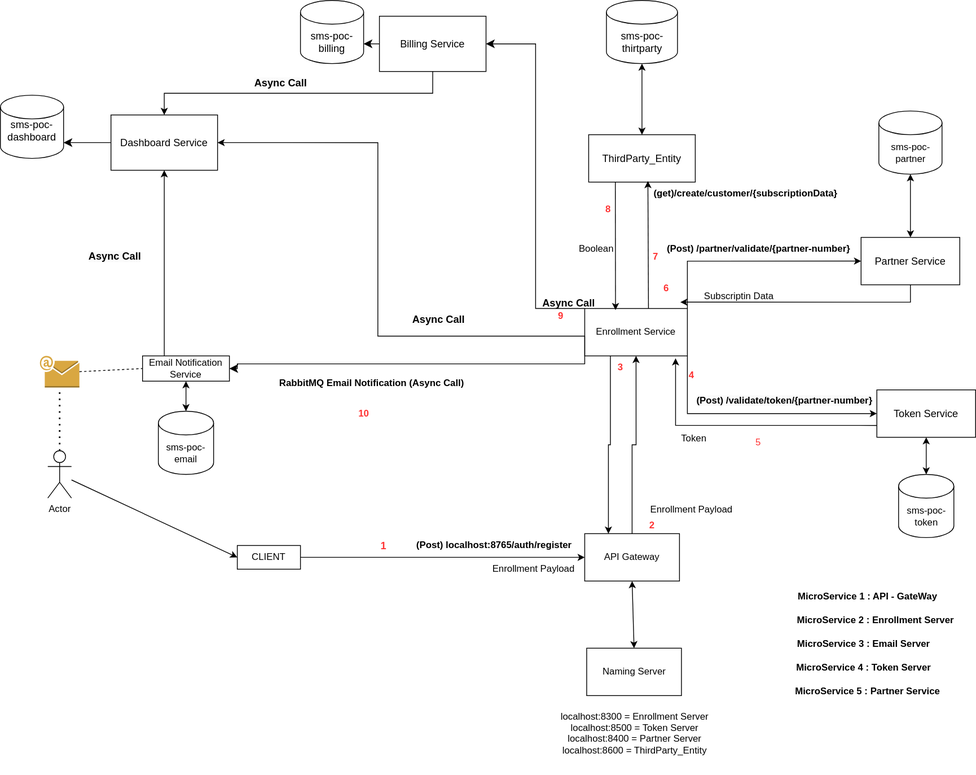
Earlier version of the draw.io export api-gateway/src/main/Untitled Diagram.drawio.svg (miit-netweb/SMS-POC-API-Gateway). Source tidied: cells renumbered, new cells last; positions are measured from the earlier drawing's top-left corner, leaving out a move shared by most shapes.
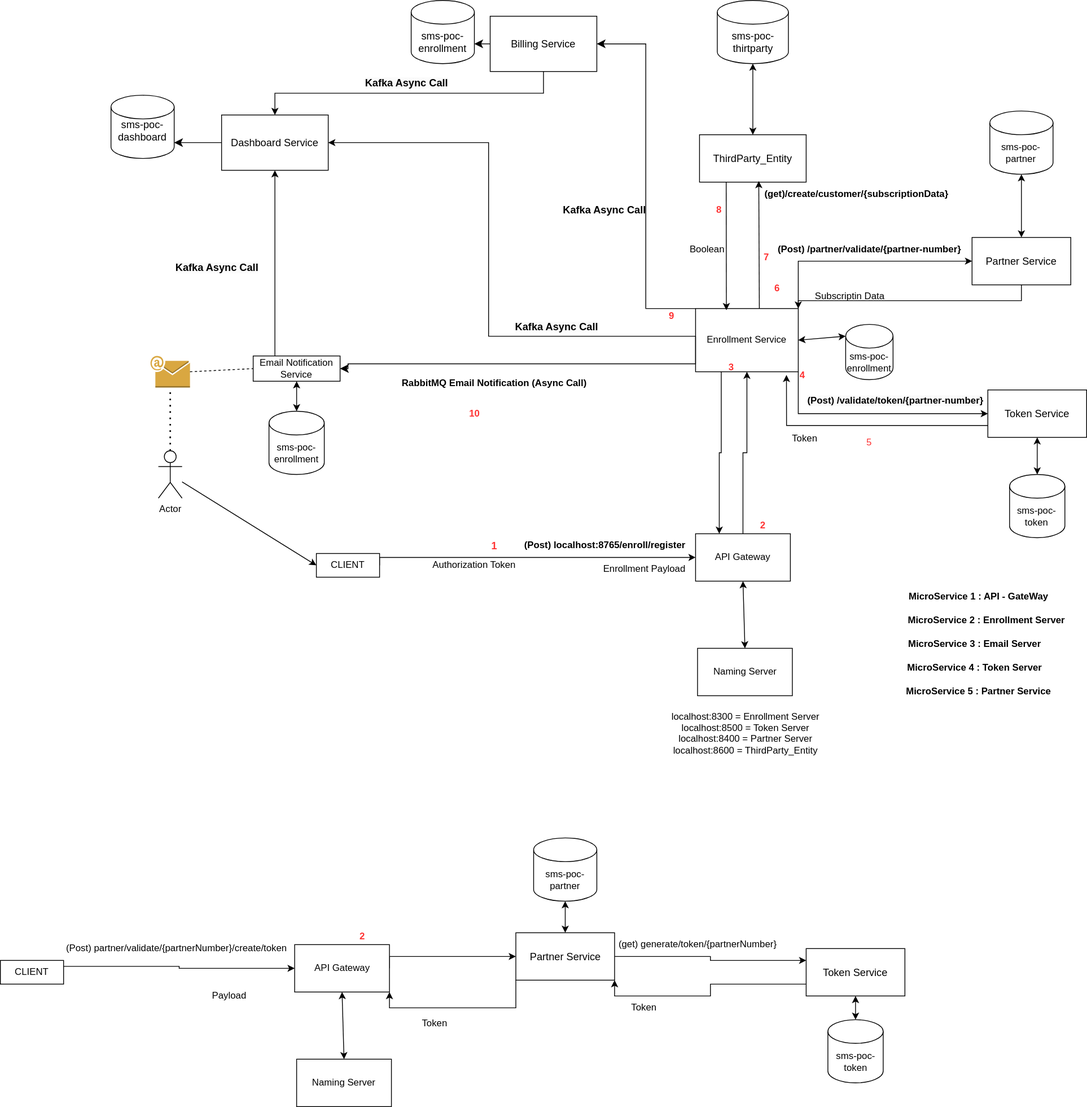
The same file after the commit.

Change to the diagram source:
```diff
@@ -18,7 +18,7 @@
       <mxGeometry relative="1" as="geometry" />
     </mxCell>
     <mxCell id="7" value="Enrollment Service" style="rounded=0;whiteSpace=wrap;html=1;" parent="1" vertex="1">
-      <mxGeometry x="740" y="390" width="130" height="60" as="geometry" />
+      <mxGeometry x="740" y="390" width="130" height="80" as="geometry" />
     </mxCell>
     <mxCell id="8" value="Naming Server" style="rounded=0;whiteSpace=wrap;html=1;" parent="1" vertex="1">
       <mxGeometry x="742.5" y="820" width="120" height="60" as="geometry" />
@@ -43,7 +43,7 @@
       </mxGeometry>
     </mxCell>
     <mxCell id="13" value="CLIENT" style="rounded=0;whiteSpace=wrap;html=1;" parent="1" vertex="1">
-      <mxGeometry x="300" y="690" width="80" height="30" as="geometry" />
+      <mxGeometry x="260" y="700" width="80" height="30" as="geometry" />
     </mxCell>
     <mxCell id="14" style="endArrow=classic;startArrow=classic;html=1;rounded=0;entryX=0.5;entryY=1;entryDx=0;entryDy=0;exitX=0.5;exitY=0;exitDx=0;exitDy=0;" parent="1" edge="1" source="8" target="3">
       <mxGeometry relative="1" as="geometry" />
@@ -57,15 +57,12 @@
     <mxCell id="17" value="localhost:8300 = Enrollment Server&lt;div&gt;localhost:8500 = Token Server&lt;/div&gt;&lt;div&gt;localhost:8400 = Partner Server&lt;/div&gt;&lt;div&gt;localhost:8600 = ThirdParty_Entity&lt;/div&gt;&lt;div&gt;&amp;nbsp;&lt;/div&gt;" style="text;html=1;align=center;verticalAlign=middle;strokeColor=none;fillColor=none;" parent="1" vertex="1">
       <mxGeometry x="697.5" y="890" width="210" height="90" as="geometry" />
     </mxCell>
-    <mxCell id="18" value="&lt;b&gt;(Post) localhost:8765/auth/register&lt;/b&gt;" style="text;html=1;align=center;verticalAlign=middle;strokeColor=none;fillColor=none;" parent="1" vertex="1">
-      <mxGeometry x="515" y="675" width="220" height="30" as="geometry" />
+    <mxCell id="18" value="&lt;b&gt;(Post) localhost:8765/enroll/register&lt;/b&gt;" style="text;html=1;align=center;verticalAlign=middle;strokeColor=none;fillColor=none;" parent="1" vertex="1">
+      <mxGeometry x="510" y="675" width="230" height="30" as="geometry" />
     </mxCell>
     <mxCell id="19" value="&lt;b&gt;&lt;font color=&quot;#ff3333&quot;&gt;2&lt;/font&gt;&lt;/b&gt;" style="text;html=1;align=center;verticalAlign=middle;strokeColor=none;fillColor=none;" parent="1" vertex="1">
       <mxGeometry x="810" y="650" width="30" height="30" as="geometry" />
     </mxCell>
-    <mxCell id="20" value="Enrollment Payload" style="text;html=1;align=center;verticalAlign=middle;strokeColor=none;fillColor=none;" parent="1" vertex="1">
-      <mxGeometry x="810" y="630" width="130" height="30" as="geometry" />
-    </mxCell>
     <mxCell id="21" value="&lt;b&gt;&lt;font color=&quot;#ff3333&quot;&gt;3&lt;/font&gt;&lt;/b&gt;" style="text;html=1;align=center;verticalAlign=middle;strokeColor=none;fillColor=none;" parent="1" vertex="1">
       <mxGeometry x="770" y="450" width="30" height="30" as="geometry" />
     </mxCell>
@@ -76,7 +73,7 @@
       <mxGeometry relative="1" as="geometry" />
     </mxCell>
     <mxCell id="24" value="&lt;b&gt;&lt;font style=&quot;font-size: 12px;&quot;&gt;RabbitMQ Email Notification (Async Call)&lt;/font&gt;&lt;/b&gt;" style="text;html=1;align=center;verticalAlign=middle;strokeColor=none;fillColor=none;" parent="1" vertex="1">
-      <mxGeometry x="340" y="470" width="260" height="30" as="geometry" />
+      <mxGeometry x="355" y="470" width="260" height="30" as="geometry" />
     </mxCell>
     <mxCell id="25" style="outlineConnect=0;dashed=0;verticalLabelPosition=bottom;verticalAlign=top;align=center;html=1;shape=mxgraph.aws3.email;fillColor=#D9A741;gradientColor=none;" parent="1" vertex="1">
       <mxGeometry x="50" y="450" width="50" height="40" as="geometry" />
@@ -120,8 +117,13 @@
     <mxCell id="38" value="&lt;font color=&quot;#ff3333&quot;&gt;&lt;b&gt;6&lt;/b&gt;&lt;/font&gt;" style="text;html=1;align=center;verticalAlign=middle;points=[];strokeColor=none;fillColor=none;" parent="1" vertex="1">
       <mxGeometry x="827.5" y="350" width="30" height="30" as="geometry" />
     </mxCell>
-    <mxCell id="39" style="edgeStyle=orthogonalEdgeStyle;rounded=0;jettySize=auto;html=1;exitX=0.5;exitY=1;exitDx=0;exitDy=0;entryX=1.118;entryY=1.065;entryDx=0;entryDy=0;entryPerimeter=0;" parent="1" edge="1" source="36" target="38">
-      <mxGeometry relative="1" as="geometry" />
+    <mxCell id="39" style="edgeStyle=orthogonalEdgeStyle;rounded=0;jettySize=auto;html=1;exitX=0.5;exitY=1;exitDx=0;exitDy=0;entryX=1;entryY=0;entryDx=0;entryDy=0;" parent="1" edge="1" source="36" target="7">
+      <mxGeometry relative="1" as="geometry">
+        <Array as="points">
+          <mxPoint x="1152" y="380" />
+          <mxPoint x="870" y="380" />
+        </Array>
+      </mxGeometry>
     </mxCell>
     <mxCell id="40" value="Subscriptin Data" style="text;html=1;align=center;verticalAlign=middle;strokeColor=none;fillColor=none;" parent="1" vertex="1">
       <mxGeometry x="880" y="360" width="110" height="30" as="geometry" />
@@ -144,7 +146,7 @@
     <mxCell id="46" value="&lt;b&gt;MicroService 5 : Partner Service&lt;/b&gt;" style="text;html=1;align=center;verticalAlign=middle;strokeColor=none;fillColor=none;" parent="1" vertex="1">
       <mxGeometry x="992.5" y="860" width="210" height="30" as="geometry" />
     </mxCell>
-    <mxCell id="47" value="sms-poc-email" style="shape=cylinder3;whiteSpace=wrap;html=1;boundedLbl=1;backgroundOutline=1;size=15;" parent="1" vertex="1">
+    <mxCell id="47" value="sms-poc-enrollment" style="shape=cylinder3;whiteSpace=wrap;html=1;boundedLbl=1;backgroundOutline=1;size=15;" parent="1" vertex="1">
       <mxGeometry x="200" y="520" width="70" height="80" as="geometry" />
     </mxCell>
     <mxCell id="48" value="&lt;font style=&quot;font-size: 13px;&quot;&gt;ThirdParty_Entity&lt;/font&gt;" style="rounded=0;whiteSpace=wrap;html=1;" parent="1" vertex="1">
@@ -205,11 +207,11 @@
     <mxCell id="63" style="edgeStyle=segmentEdgeStyle;endArrow=classic;html=1;curved=0;rounded=0;endSize=8;startSize=8;exitX=0;exitY=0.5;exitDx=0;exitDy=0;" parent="1" edge="1" source="62" target="64">
       <mxGeometry relative="1" as="geometry" />
     </mxCell>
-    <mxCell id="64" value="&lt;font style=&quot;font-size: 13px;&quot;&gt;sms-poc-billing&lt;/font&gt;" style="shape=cylinder3;whiteSpace=wrap;html=1;boundedLbl=1;backgroundOutline=1;size=15;" parent="1" vertex="1">
+    <mxCell id="64" value="&lt;font style=&quot;font-size: 13px;&quot;&gt;sms-poc-enrollment&lt;/font&gt;" style="shape=cylinder3;whiteSpace=wrap;html=1;boundedLbl=1;backgroundOutline=1;size=15;" parent="1" vertex="1">
       <mxGeometry x="380" width="80" height="80" as="geometry" />
     </mxCell>
-    <mxCell id="65" value="&lt;b&gt;&lt;font style=&quot;font-size: 13px;&quot;&gt;Async Call&lt;/font&gt;&lt;/b&gt;" style="text;html=1;align=center;verticalAlign=middle;whiteSpace=wrap;rounded=0;rotation=0;" parent="1" vertex="1">
-      <mxGeometry x="670" y="365" width="100" height="35" as="geometry" />
+    <mxCell id="65" value="&lt;b&gt;&lt;font style=&quot;font-size: 13px;&quot;&gt;Kafka Async Call&lt;/font&gt;&lt;/b&gt;" style="text;html=1;align=center;verticalAlign=middle;whiteSpace=wrap;rounded=0;rotation=0;" parent="1" vertex="1">
+      <mxGeometry x="570" y="247.5" width="110" height="35" as="geometry" />
     </mxCell>
     <mxCell id="66" style="edgeStyle=segmentEdgeStyle;endArrow=classic;html=1;curved=0;rounded=0;endSize=8;startSize=8;exitX=1;exitY=1;exitDx=0;exitDy=0;entryX=1;entryY=0.5;entryDx=0;entryDy=0;" parent="1" edge="1" source="60" target="11">
       <mxGeometry relative="1" as="geometry">
@@ -232,17 +234,94 @@
     <mxCell id="70" value="&lt;font style=&quot;font-size: 13px;&quot;&gt;sms-poc-dashboard&lt;/font&gt;&lt;div&gt;&lt;font style=&quot;font-size: 13px;&quot;&gt;&lt;br&gt;&lt;/font&gt;&lt;/div&gt;" style="shape=cylinder3;whiteSpace=wrap;html=1;boundedLbl=1;backgroundOutline=1;size=15;" parent="1" vertex="1">
       <mxGeometry y="120" width="80" height="80" as="geometry" />
     </mxCell>
-    <mxCell id="71" value="&lt;b style=&quot;forced-color-adjust: none; color: rgb(0, 0, 0); font-family: Helvetica; font-size: 12px; font-style: normal; font-variant-ligatures: normal; font-variant-caps: normal; letter-spacing: normal; orphans: 2; text-align: center; text-indent: 0px; text-transform: none; widows: 2; word-spacing: 0px; -webkit-text-stroke-width: 0px; white-space: normal; background-color: rgb(251, 251, 251); text-decoration-thickness: initial; text-decoration-style: initial; text-decoration-color: initial;&quot;&gt;&lt;font style=&quot;forced-color-adjust: none; font-size: 13px;&quot;&gt;Async Call&lt;/font&gt;&lt;/b&gt;" style="text;whiteSpace=wrap;html=1;" parent="1" vertex="1">
-      <mxGeometry x="320" y="90" width="100" height="40" as="geometry" />
+    <mxCell id="71" value="&lt;b style=&quot;forced-color-adjust: none; color: rgb(0, 0, 0); font-family: Helvetica; font-size: 12px; font-style: normal; font-variant-ligatures: normal; font-variant-caps: normal; letter-spacing: normal; orphans: 2; text-align: center; text-indent: 0px; text-transform: none; widows: 2; word-spacing: 0px; -webkit-text-stroke-width: 0px; white-space: normal; background-color: rgb(251, 251, 251); text-decoration-thickness: initial; text-decoration-style: initial; text-decoration-color: initial;&quot;&gt;&lt;font style=&quot;forced-color-adjust: none; font-size: 13px;&quot;&gt;Kafka Async Call&lt;/font&gt;&lt;/b&gt;" style="text;whiteSpace=wrap;html=1;" parent="1" vertex="1">
+      <mxGeometry x="320" y="90" width="130" height="40" as="geometry" />
     </mxCell>
-    <mxCell id="72" value="&lt;b style=&quot;forced-color-adjust: none; color: rgb(0, 0, 0); font-family: Helvetica; font-size: 12px; font-style: normal; font-variant-ligatures: normal; font-variant-caps: normal; letter-spacing: normal; orphans: 2; text-align: center; text-indent: 0px; text-transform: none; widows: 2; word-spacing: 0px; -webkit-text-stroke-width: 0px; white-space: normal; background-color: rgb(251, 251, 251); text-decoration-thickness: initial; text-decoration-style: initial; text-decoration-color: initial;&quot;&gt;&lt;font style=&quot;forced-color-adjust: none; font-size: 13px;&quot;&gt;Async Call&lt;/font&gt;&lt;/b&gt;" style="text;whiteSpace=wrap;html=1;" parent="1" vertex="1">
-      <mxGeometry x="520" y="390" width="100" height="40" as="geometry" />
+    <mxCell id="72" value="&#10;&lt;b style=&quot;forced-color-adjust: none; color: rgb(0, 0, 0); font-family: Helvetica; font-size: 12px; font-style: normal; font-variant-ligatures: normal; font-variant-caps: normal; letter-spacing: normal; orphans: 2; text-indent: 0px; text-transform: none; widows: 2; word-spacing: 0px; -webkit-text-stroke-width: 0px; white-space: normal; text-decoration-thickness: initial; text-decoration-style: initial; text-decoration-color: initial; text-align: center; background-color: rgb(251, 251, 251);&quot;&gt;&lt;font style=&quot;forced-color-adjust: none; font-size: 13px;&quot;&gt;Kafka Async Call&lt;/font&gt;&lt;/b&gt;&#10;&#10;" style="text;whiteSpace=wrap;html=1;" parent="1" vertex="1">
+      <mxGeometry x="510" y="385" width="120" height="40" as="geometry" />
     </mxCell>
-    <mxCell id="73" value="&lt;b style=&quot;forced-color-adjust: none; color: rgb(0, 0, 0); font-family: Helvetica; font-size: 12px; font-style: normal; font-variant-ligatures: normal; font-variant-caps: normal; letter-spacing: normal; orphans: 2; text-align: center; text-indent: 0px; text-transform: none; widows: 2; word-spacing: 0px; -webkit-text-stroke-width: 0px; white-space: normal; background-color: rgb(251, 251, 251); text-decoration-thickness: initial; text-decoration-style: initial; text-decoration-color: initial;&quot;&gt;&lt;font style=&quot;forced-color-adjust: none; font-size: 13px;&quot;&gt;Async Call&lt;/font&gt;&lt;/b&gt;" style="text;whiteSpace=wrap;html=1;" parent="1" vertex="1">
-      <mxGeometry x="110" y="310" width="100" height="40" as="geometry" />
+    <mxCell id="73" value="&#10;&lt;b style=&quot;forced-color-adjust: none; color: rgb(0, 0, 0); font-family: Helvetica; font-size: 12px; font-style: normal; font-variant-ligatures: normal; font-variant-caps: normal; letter-spacing: normal; orphans: 2; text-indent: 0px; text-transform: none; widows: 2; word-spacing: 0px; -webkit-text-stroke-width: 0px; white-space: normal; text-decoration-thickness: initial; text-decoration-style: initial; text-decoration-color: initial; text-align: center; background-color: rgb(251, 251, 251);&quot;&gt;&lt;font style=&quot;forced-color-adjust: none; font-size: 13px;&quot;&gt;Kafka Async Call&lt;/font&gt;&lt;/b&gt;&#10;&#10;" style="text;whiteSpace=wrap;html=1;" parent="1" vertex="1">
+      <mxGeometry x="80" y="310" width="130" height="40" as="geometry" />
     </mxCell>
     <mxCell id="74" style="endArrow=classic;startArrow=classic;html=1;rounded=0;entryX=0.5;entryY=1;entryDx=0;entryDy=0;exitX=0.5;exitY=0;exitDx=0;exitDy=0;exitPerimeter=0;" parent="1" edge="1" source="47" target="11">
       <mxGeometry relative="1" as="geometry" />
     </mxCell>
+    <mxCell id="75" value="sms-poc-enrollment" style="shape=cylinder3;whiteSpace=wrap;html=1;boundedLbl=1;backgroundOutline=1;size=15;" parent="1" vertex="1">
+      <mxGeometry x="930" y="410" width="60" height="70" as="geometry" />
+    </mxCell>
+    <mxCell id="76" style="endArrow=classic;startArrow=classic;html=1;rounded=0;entryX=1;entryY=0.5;entryDx=0;entryDy=0;exitX=0;exitY=0;exitDx=0;exitDy=15;exitPerimeter=0;" parent="1" edge="1" source="75" target="7">
+      <mxGeometry relative="1" as="geometry" />
+    </mxCell>
+    <mxCell id="77" value="Authorization Token" style="text;html=1;align=center;verticalAlign=middle;whiteSpace=wrap;rounded=0;" parent="1" vertex="1">
+      <mxGeometry x="400" y="700" width="120" height="30" as="geometry" />
+    </mxCell>
+    <mxCell id="78" style="edgeStyle=orthogonalEdgeStyle;rounded=0;jettySize=auto;html=1;exitX=1;exitY=0.5;exitDx=0;exitDy=0;entryX=0;entryY=0.5;entryDx=0;entryDy=0;" parent="1" edge="1" source="79" target="89">
+      <mxGeometry relative="1" as="geometry">
+        <Array as="points">
+          <mxPoint x="353" y="1210" />
+          <mxPoint x="490" y="1210" />
+        </Array>
+      </mxGeometry>
+    </mxCell>
+    <mxCell id="79" value="API Gateway" style="rounded=0;whiteSpace=wrap;html=1;" parent="1" vertex="1">
+      <mxGeometry x="232.5" y="1195" width="120" height="60" as="geometry" />
+    </mxCell>
+    <mxCell id="80" value="Naming Server" style="rounded=0;whiteSpace=wrap;html=1;" parent="1" vertex="1">
+      <mxGeometry x="235" y="1340" width="120" height="60" as="geometry" />
+    </mxCell>
+    <mxCell id="81" style="endArrow=classic;startArrow=classic;html=1;rounded=0;entryX=0.5;entryY=1;entryDx=0;entryDy=0;exitX=0.5;exitY=0;exitDx=0;exitDy=0;" parent="1" edge="1" source="80" target="79">
+      <mxGeometry relative="1" as="geometry" />
+    </mxCell>
+    <mxCell id="82" value="&lt;b&gt;&lt;font color=&quot;#ff3333&quot;&gt;2&lt;/font&gt;&lt;/b&gt;" style="text;html=1;align=center;verticalAlign=middle;strokeColor=none;fillColor=none;" parent="1" vertex="1">
+      <mxGeometry x="302.5" y="1170" width="30" height="30" as="geometry" />
+    </mxCell>
+    <mxCell id="83" value="sms-poc-partner" style="shape=cylinder3;whiteSpace=wrap;html=1;boundedLbl=1;backgroundOutline=1;size=15;" parent="1" vertex="1">
+      <mxGeometry x="535" y="1060" width="80" height="80" as="geometry" />
+    </mxCell>
+    <mxCell id="84" style="endArrow=classic;startArrow=classic;html=1;rounded=0;entryX=0.5;entryY=1;entryDx=0;entryDy=0;entryPerimeter=0;exitX=0.5;exitY=0;exitDx=0;exitDy=0;" parent="1" edge="1" source="89" target="83">
+      <mxGeometry relative="1" as="geometry" />
+    </mxCell>
+    <mxCell id="85" style="edgeStyle=orthogonalEdgeStyle;rounded=0;jettySize=auto;html=1;exitX=0;exitY=0.75;exitDx=0;exitDy=0;entryX=1;entryY=1;entryDx=0;entryDy=0;" parent="1" edge="1" source="86" target="89">
+      <mxGeometry relative="1" as="geometry" />
+    </mxCell>
+    <mxCell id="86" value="&lt;font style=&quot;font-size: 13px;&quot;&gt;Token Service&lt;/font&gt;" style="rounded=0;whiteSpace=wrap;html=1;" parent="1" vertex="1">
+      <mxGeometry x="880" y="1200" width="125" height="60" as="geometry" />
+    </mxCell>
+    <mxCell id="87" style="edgeStyle=orthogonalEdgeStyle;rounded=0;jettySize=auto;html=1;exitX=1;exitY=0.5;exitDx=0;exitDy=0;entryX=0;entryY=0.25;entryDx=0;entryDy=0;" parent="1" edge="1" source="89" target="86">
+      <mxGeometry relative="1" as="geometry" />
+    </mxCell>
+    <mxCell id="88" style="edgeStyle=orthogonalEdgeStyle;rounded=0;jettySize=auto;html=1;exitX=0;exitY=1;exitDx=0;exitDy=0;entryX=1;entryY=1;entryDx=0;entryDy=0;" parent="1" edge="1" source="89" target="79">
+      <mxGeometry relative="1" as="geometry" />
+    </mxCell>
+    <mxCell id="89" value="&lt;font style=&quot;font-size: 13px;&quot;&gt;Partner Service&lt;/font&gt;" style="rounded=0;whiteSpace=wrap;html=1;" parent="1" vertex="1">
+      <mxGeometry x="512.5" y="1180" width="125" height="60" as="geometry" />
+    </mxCell>
+    <mxCell id="90" value="sms-poc-token" style="shape=cylinder3;whiteSpace=wrap;html=1;boundedLbl=1;backgroundOutline=1;size=15;" parent="1" vertex="1">
+      <mxGeometry x="907.5" y="1290" width="70" height="80" as="geometry" />
+    </mxCell>
+    <mxCell id="91" style="endArrow=classic;startArrow=classic;html=1;rounded=0;entryX=0.5;entryY=1;entryDx=0;entryDy=0;exitX=0.5;exitY=0;exitDx=0;exitDy=0;exitPerimeter=0;" parent="1" edge="1" source="90" target="86">
+      <mxGeometry relative="1" as="geometry" />
+    </mxCell>
+    <mxCell id="92" style="edgeStyle=orthogonalEdgeStyle;rounded=0;jettySize=auto;html=1;exitX=1;exitY=0.25;exitDx=0;exitDy=0;entryX=0;entryY=0.5;entryDx=0;entryDy=0;" parent="1" edge="1" source="93" target="79">
+      <mxGeometry relative="1" as="geometry" />
+    </mxCell>
+    <mxCell id="93" value="CLIENT" style="rounded=0;whiteSpace=wrap;html=1;" parent="1" vertex="1">
+      <mxGeometry x="-140" y="1215" width="80" height="30" as="geometry" />
+    </mxCell>
+    <mxCell id="94" value="(Post)&amp;nbsp;partner/validate/{partnerNumber}/create/token&amp;nbsp;&lt;span style=&quot;color: rgba(0, 0, 0, 0); font-family: monospace; font-size: 0px; text-align: start; text-wrap: nowrap;&quot;&gt;%3CmxGraphModel%3E%3Croot%3E%3CmxCell%20id%3D%220%22%2F%3E%3CmxCell%20id%3D%221%22%20parent%3D%220%22%2F%3E%3CmxCell%20id%3D%222%22%20value%3D%22CLIENT%22%20style%3D%22rounded%3D0%3BwhiteSpace%3Dwrap%3Bhtml%3D1%3B%22%20vertex%3D%221%22%20parent%3D%221%22%3E%3CmxGeometry%20x%3D%22-460%22%20y%3D%22660%22%20width%3D%2280%22%20height%3D%2230%22%20as%3D%22geometry%22%2F%3E%3C%2FmxCell%3E%3C%2Froot%3E%3C%2FmxGraphModel%3E&lt;/span&gt;" style="text;html=1;align=center;verticalAlign=middle;whiteSpace=wrap;rounded=0;" parent="1" vertex="1">
+      <mxGeometry x="-120" y="1185" width="410" height="30" as="geometry" />
+    </mxCell>
+    <mxCell id="95" value="Payload" style="text;html=1;align=center;verticalAlign=middle;whiteSpace=wrap;rounded=0;" parent="1" vertex="1">
+      <mxGeometry x="120" y="1245" width="60" height="30" as="geometry" />
+    </mxCell>
+    <mxCell id="96" value="(get) generate/token/{partnerNumber}" style="text;html=1;align=center;verticalAlign=middle;whiteSpace=wrap;rounded=0;" parent="1" vertex="1">
+      <mxGeometry x="637.5" y="1180" width="210" height="30" as="geometry" />
+    </mxCell>
+    <mxCell id="97" value="Token" style="text;html=1;align=center;verticalAlign=middle;whiteSpace=wrap;rounded=0;" parent="1" vertex="1">
+      <mxGeometry x="645" y="1260" width="60" height="30" as="geometry" />
+    </mxCell>
+    <mxCell id="98" value="Token" style="text;html=1;align=center;verticalAlign=middle;whiteSpace=wrap;rounded=0;" parent="1" vertex="1">
+      <mxGeometry x="380" y="1280" width="60" height="30" as="geometry" />
+    </mxCell>
   </root>
 </mxGraphModel>
```
